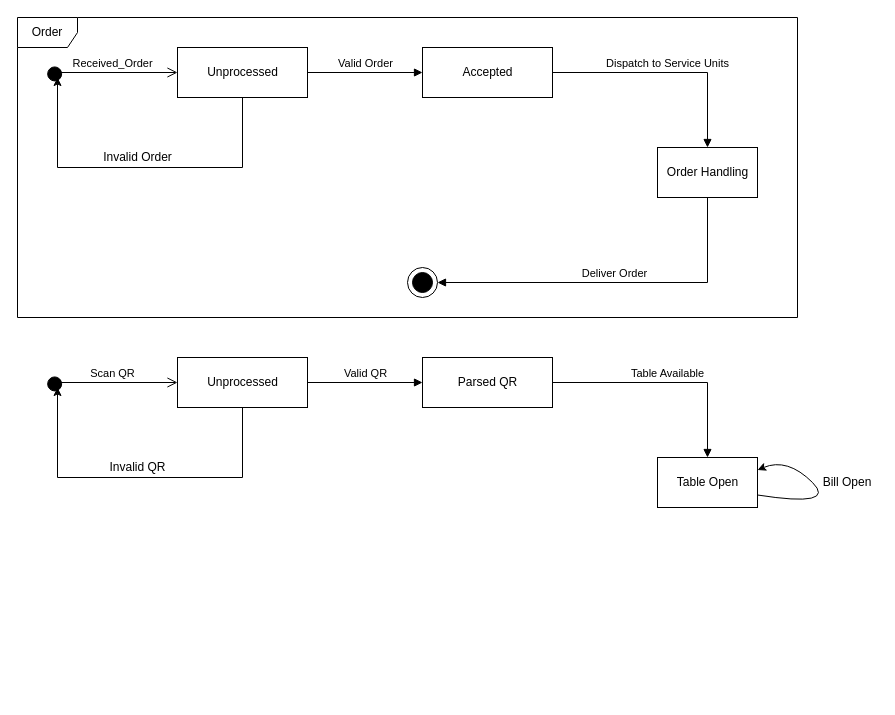
The draw.io diagram State Machine Diagram.drawio in SoftwareEng-3010/Diagrams, before the edit. Source tidied: cells renumbered, new cells numbered last; positions are measured from the earlier drawing's top-left corner, leaving out a move shared by most shapes. Both pictures are drawn from the tidied source at 100%, with x=0, y=0 at pixel (17, 17).
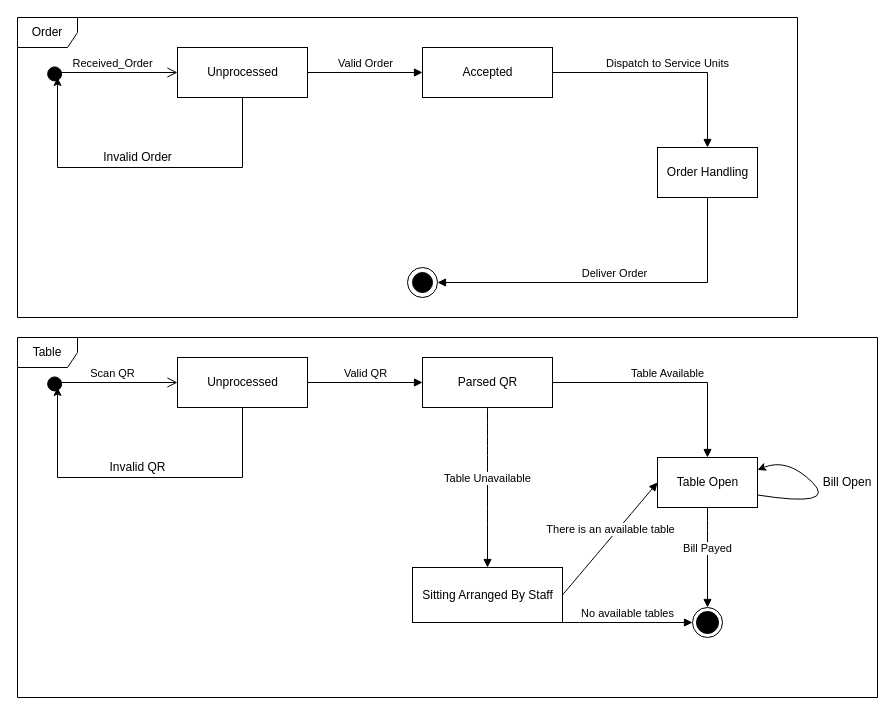
After the change.

Commit message:
finished state machine diagram

The change refers to these unchanged cells:
```xml
<mxCell id="16" value="Parsed QR" style="html=1;" parent="1" vertex="1">
  <mxGeometry x="405" y="340" width="130" height="50" as="geometry" />
</mxCell>
<mxCell id="18" value="Table Open" style="html=1;" parent="1" vertex="1">
  <mxGeometry x="640" y="440" width="100" height="50" as="geometry" />
</mxCell>
```

What changed in the source:
```diff
@@
+    <mxCell id="23" value="Bill Payed" style="html=1;verticalAlign=bottom;endArrow=block;rounded=0;sketch=0;curved=1;exitX=0.5;exitY=1;exitDx=0;exitDy=0;" parent="1" edge="1" source="18">
+      <mxGeometry relative="1" as="geometry">
+        <mxPoint x="690" y="590" as="targetPoint" />
+      </mxGeometry>
+    </mxCell>
+    <mxCell id="24" style="ellipse;html=1;shape=endState;fillColor=#000000;strokeColor=#000000;" parent="1" vertex="1">
+      <mxGeometry x="675" y="590" width="30" height="30" as="geometry" />
+    </mxCell>
+    <mxCell id="25" value="Table Unavailable" style="html=1;verticalAlign=bottom;endArrow=block;rounded=0;sketch=0;curved=1;exitX=0.5;exitY=1;exitDx=0;exitDy=0;entryX=0.5;entryY=0;entryDx=0;entryDy=0;" parent="1" edge="1" source="16" target="26">
+      <mxGeometry relative="1" as="geometry" />
+    </mxCell>
+    <mxCell id="26" value="Sitting Arranged By Staff" style="html=1;" parent="1" vertex="1">
+      <mxGeometry x="395" y="550" width="150" height="55" as="geometry" />
+    </mxCell>
+    <mxCell id="27" value="There is an available table" style="html=1;verticalAlign=bottom;endArrow=block;rounded=0;sketch=0;curved=1;exitX=1;exitY=0.5;exitDx=0;exitDy=0;entryX=0;entryY=0.5;entryDx=0;entryDy=0;" parent="1" edge="1" source="26" target="18">
+      <mxGeometry relative="1" as="geometry" />
+    </mxCell>
+    <mxCell id="28" value="No available tables" style="html=1;verticalAlign=bottom;endArrow=block;rounded=0;sketch=0;curved=1;exitX=1;exitY=1;exitDx=0;exitDy=0;entryX=0;entryY=0.5;entryDx=0;entryDy=0;" parent="1" edge="1" source="26" target="24">
+      <mxGeometry relative="1" as="geometry" />
+    </mxCell>
+    <mxCell id="29" value="Table" style="shape=umlFrame;whiteSpace=wrap;html=1;" parent="1" vertex="1">
+      <mxGeometry y="320" width="860" height="360" as="geometry" />
+    </mxCell>
```
